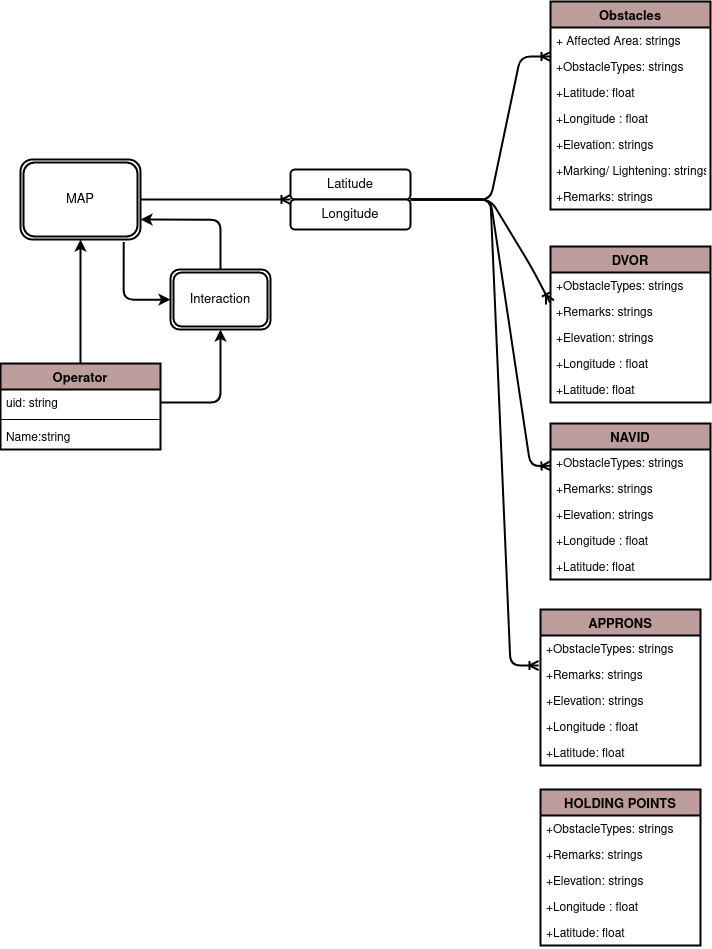
The draw.io diagram images/dia/erd.png in prashantktiwari/SIH-2020-Docx, before a commit. Source tidied: cells renumbered, new cells last; positions are measured from the earlier drawing's top-left corner, leaving out a move shared by most shapes. Source of this version:
```xml
<mxGraphModel>
  <root>
    <mxCell id="0" />
    <mxCell id="1" parent="0" />
    <mxCell id="2" value="Obstacles" style="swimlane;fontStyle=1;align=center;verticalAlign=top;horizontal=1;startSize=26;shadow=0;strokeWidth=2;fillColor=#BD9D9B;fontSize=13;" parent="1" vertex="1">
      <mxGeometry x="550" width="160" height="208" as="geometry" />
    </mxCell>
    <mxCell id="3" value="+ Affected Area: strings" style="text;strokeColor=none;fillColor=none;align=left;verticalAlign=top;spacingLeft=4;spacingRight=4;overflow=hidden;" parent="2" vertex="1">
      <mxGeometry y="26" width="160" height="26" as="geometry" />
    </mxCell>
    <mxCell id="4" value="+ObstacleTypes: strings&#10;" style="text;strokeColor=none;fillColor=none;align=left;verticalAlign=top;spacingLeft=4;spacingRight=4;overflow=hidden;points=[[0,0.5],[1,0.5]];portConstraint=eastwest;" parent="2" vertex="1">
      <mxGeometry y="52" width="160" height="26" as="geometry" />
    </mxCell>
    <mxCell id="5" value="+Latitude: float" style="text;strokeColor=none;fillColor=none;align=left;verticalAlign=top;spacingLeft=4;spacingRight=4;overflow=hidden;" parent="2" vertex="1">
      <mxGeometry y="78" width="160" height="26" as="geometry" />
    </mxCell>
    <mxCell id="6" value="+Longitude : float" style="text;strokeColor=none;fillColor=none;align=left;verticalAlign=top;spacingLeft=4;spacingRight=4;overflow=hidden;" parent="2" vertex="1">
      <mxGeometry y="104" width="160" height="26" as="geometry" />
    </mxCell>
    <mxCell id="7" value="+Elevation: strings" style="text;strokeColor=none;fillColor=none;align=left;verticalAlign=top;spacingLeft=4;spacingRight=4;overflow=hidden;" parent="2" vertex="1">
      <mxGeometry y="130" width="160" height="26" as="geometry" />
    </mxCell>
    <mxCell id="8" value="+Marking/ Lightening: strings" style="text;strokeColor=none;fillColor=none;align=left;verticalAlign=top;spacingLeft=4;spacingRight=4;overflow=hidden;" parent="2" vertex="1">
      <mxGeometry y="156" width="160" height="26" as="geometry" />
    </mxCell>
    <mxCell id="9" value="+Remarks: strings" style="text;strokeColor=none;fillColor=none;align=left;verticalAlign=top;spacingLeft=4;spacingRight=4;overflow=hidden;" parent="2" vertex="1">
      <mxGeometry y="182" width="160" height="26" as="geometry" />
    </mxCell>
    <mxCell id="10" style="edgeStyle=orthogonalEdgeStyle;rounded=1;sketch=0;jettySize=auto;html=1;shadow=0;startArrow=none;startFill=0;endArrow=classic;endFill=1;strokeWidth=2;fontSize=13;" parent="1" edge="1" source="12" target="11">
      <mxGeometry relative="1" as="geometry" />
    </mxCell>
    <mxCell id="11" value="MAP" style="shape=ext;double=1;rounded=1;whiteSpace=wrap;html=1;shadow=0;strokeWidth=2;fontSize=13;align=center;fillColor=#FFFFFF;" parent="1" vertex="1">
      <mxGeometry x="20" y="158" width="120" height="80" as="geometry" />
    </mxCell>
    <mxCell id="12" value="Operator" style="swimlane;fontStyle=1;align=center;verticalAlign=top;horizontal=1;startSize=26;shadow=0;strokeWidth=2;fillColor=#BD9D9B;fontSize=13;" parent="1" vertex="1">
      <mxGeometry y="362" width="160" height="86" as="geometry" />
    </mxCell>
    <mxCell id="13" value="uid: string" style="text;strokeColor=none;fillColor=none;align=left;verticalAlign=top;spacingLeft=4;spacingRight=4;overflow=hidden;points=[[0,0.5],[1,0.5]];portConstraint=eastwest;" parent="12" vertex="1">
      <mxGeometry y="26" width="160" height="26" as="geometry" />
    </mxCell>
    <mxCell id="14" style="line;strokeWidth=1;fillColor=none;align=left;verticalAlign=middle;spacingTop=-1;spacingLeft=3;spacingRight=3;labelPosition=right;" parent="12" vertex="1">
      <mxGeometry y="52" width="160" height="8" as="geometry" />
    </mxCell>
    <mxCell id="15" value="Name:string" style="text;strokeColor=none;fillColor=none;align=left;verticalAlign=top;spacingLeft=4;spacingRight=4;overflow=hidden;" parent="12" vertex="1">
      <mxGeometry y="60" width="160" height="26" as="geometry" />
    </mxCell>
    <mxCell id="16" value="Latitude" style="rounded=1;whiteSpace=wrap;html=1;shadow=0;strokeWidth=2;fillColor=#FFFFFF;fontSize=13;align=center;" parent="1" vertex="1">
      <mxGeometry x="290" y="168" width="120" height="30" as="geometry" />
    </mxCell>
    <mxCell id="17" value="Longitude" style="rounded=1;whiteSpace=wrap;html=1;shadow=0;strokeWidth=2;fillColor=#FFFFFF;fontSize=13;align=center;" parent="1" vertex="1">
      <mxGeometry x="290" y="198" width="120" height="30" as="geometry" />
    </mxCell>
    <mxCell id="18" style="endArrow=ERoneToMany;html=1;shadow=0;strokeWidth=2;fontSize=13;entryX=0;entryY=0;entryDx=0;entryDy=0;exitX=1;exitY=0.5;exitDx=0;exitDy=0;endFill=0;" parent="1" edge="1" source="11" target="17">
      <mxGeometry relative="1" as="geometry" />
    </mxCell>
    <mxCell id="19" style="endArrow=ERoneToMany;html=1;shadow=0;strokeWidth=2;fontSize=13;entryX=0;entryY=0.115;entryDx=0;entryDy=0;entryPerimeter=0;exitX=1;exitY=1;exitDx=0;exitDy=0;endFill=0;" parent="1" edge="1" source="16" target="4">
      <mxGeometry relative="1" as="geometry">
        <Array as="points">
          <mxPoint x="490" y="198" />
          <mxPoint x="520" y="55" />
        </Array>
      </mxGeometry>
    </mxCell>
    <mxCell id="20" style="endArrow=ERoneToMany;html=1;shadow=0;strokeWidth=2;fontSize=13;entryX=-0.003;entryY=1.154;entryDx=0;entryDy=0;entryPerimeter=0;exitX=1;exitY=0;exitDx=0;exitDy=0;endFill=0;" parent="1" edge="1" source="17">
      <mxGeometry relative="1" as="geometry">
        <mxPoint x="549.5" y="301" as="targetPoint" />
        <Array as="points">
          <mxPoint x="490" y="198" />
          <mxPoint x="530" y="264" />
        </Array>
      </mxGeometry>
    </mxCell>
    <mxCell id="21" style="endArrow=ERoneToMany;html=1;shadow=0;strokeWidth=2;fontSize=13;exitX=1;exitY=0;exitDx=0;exitDy=0;endFill=0;" parent="1" edge="1" source="17" target="30">
      <mxGeometry relative="1" as="geometry">
        <Array as="points">
          <mxPoint x="490" y="198" />
          <mxPoint x="530" y="465" />
        </Array>
      </mxGeometry>
    </mxCell>
    <mxCell id="22" style="endArrow=ERoneToMany;html=1;shadow=0;strokeWidth=2;fontSize=13;exitX=1;exitY=0;exitDx=0;exitDy=0;endFill=0;entryX=-0.012;entryY=0.154;entryDx=0;entryDy=0;entryPerimeter=0;" parent="1" edge="1" source="17" target="37">
      <mxGeometry relative="1" as="geometry">
        <Array as="points">
          <mxPoint x="490" y="198" />
          <mxPoint x="510" y="664" />
        </Array>
      </mxGeometry>
    </mxCell>
    <mxCell id="23" value="DVOR" style="swimlane;fontStyle=1;align=center;verticalAlign=top;horizontal=1;startSize=26;shadow=0;strokeWidth=2;fillColor=#BD9D9B;fontSize=13;" parent="1" vertex="1">
      <mxGeometry x="550" y="245" width="160" height="156" as="geometry" />
    </mxCell>
    <mxCell id="24" value="+ObstacleTypes: strings&#10;" style="text;strokeColor=none;fillColor=none;align=left;verticalAlign=top;spacingLeft=4;spacingRight=4;overflow=hidden;" parent="23" vertex="1">
      <mxGeometry y="26" width="160" height="26" as="geometry" />
    </mxCell>
    <mxCell id="25" value="+Remarks: strings" style="text;strokeColor=none;fillColor=none;align=left;verticalAlign=top;spacingLeft=4;spacingRight=4;overflow=hidden;" parent="23" vertex="1">
      <mxGeometry y="52" width="160" height="26" as="geometry" />
    </mxCell>
    <mxCell id="26" value="+Elevation: strings" style="text;strokeColor=none;fillColor=none;align=left;verticalAlign=top;spacingLeft=4;spacingRight=4;overflow=hidden;" parent="23" vertex="1">
      <mxGeometry y="78" width="160" height="26" as="geometry" />
    </mxCell>
    <mxCell id="27" value="+Longitude : float" style="text;strokeColor=none;fillColor=none;align=left;verticalAlign=top;spacingLeft=4;spacingRight=4;overflow=hidden;" parent="23" vertex="1">
      <mxGeometry y="104" width="160" height="26" as="geometry" />
    </mxCell>
    <mxCell id="28" value="+Latitude: float" style="text;strokeColor=none;fillColor=none;align=left;verticalAlign=top;spacingLeft=4;spacingRight=4;overflow=hidden;" parent="23" vertex="1">
      <mxGeometry y="130" width="160" height="26" as="geometry" />
    </mxCell>
    <mxCell id="29" value="NAVID" style="swimlane;fontStyle=1;align=center;verticalAlign=top;horizontal=1;startSize=26;shadow=0;strokeWidth=2;fillColor=#BD9D9B;fontSize=13;" parent="1" vertex="1">
      <mxGeometry x="550" y="422" width="160" height="156" as="geometry" />
    </mxCell>
    <mxCell id="30" value="+ObstacleTypes: strings&#10;" style="text;strokeColor=none;fillColor=none;align=left;verticalAlign=top;spacingLeft=4;spacingRight=4;overflow=hidden;points=[[0,0.5],[1,0.5]];portConstraint=eastwest;" parent="29" vertex="1">
      <mxGeometry y="26" width="160" height="26" as="geometry" />
    </mxCell>
    <mxCell id="31" value="+Remarks: strings" style="text;strokeColor=none;fillColor=none;align=left;verticalAlign=top;spacingLeft=4;spacingRight=4;overflow=hidden;" parent="29" vertex="1">
      <mxGeometry y="52" width="160" height="26" as="geometry" />
    </mxCell>
    <mxCell id="32" value="+Elevation: strings" style="text;strokeColor=none;fillColor=none;align=left;verticalAlign=top;spacingLeft=4;spacingRight=4;overflow=hidden;" parent="29" vertex="1">
      <mxGeometry y="78" width="160" height="26" as="geometry" />
    </mxCell>
    <mxCell id="33" value="+Longitude : float" style="text;strokeColor=none;fillColor=none;align=left;verticalAlign=top;spacingLeft=4;spacingRight=4;overflow=hidden;" parent="29" vertex="1">
      <mxGeometry y="104" width="160" height="26" as="geometry" />
    </mxCell>
    <mxCell id="34" value="+Latitude: float" style="text;strokeColor=none;fillColor=none;align=left;verticalAlign=top;spacingLeft=4;spacingRight=4;overflow=hidden;" parent="29" vertex="1">
      <mxGeometry y="130" width="160" height="26" as="geometry" />
    </mxCell>
    <mxCell id="35" value="APPRONS" style="swimlane;fontStyle=1;align=center;verticalAlign=top;horizontal=1;startSize=26;shadow=0;strokeWidth=2;fillColor=#BD9D9B;fontSize=13;" parent="1" vertex="1">
      <mxGeometry x="540" y="608" width="160" height="156" as="geometry" />
    </mxCell>
    <mxCell id="36" value="+ObstacleTypes: strings&#10;" style="text;strokeColor=none;fillColor=none;align=left;verticalAlign=top;spacingLeft=4;spacingRight=4;overflow=hidden;" parent="35" vertex="1">
      <mxGeometry y="26" width="160" height="26" as="geometry" />
    </mxCell>
    <mxCell id="37" value="+Remarks: strings" style="text;strokeColor=none;fillColor=none;align=left;verticalAlign=top;spacingLeft=4;spacingRight=4;overflow=hidden;points=[[0,0.5],[1,0.5]];portConstraint=eastwest;" parent="35" vertex="1">
      <mxGeometry y="52" width="160" height="26" as="geometry" />
    </mxCell>
    <mxCell id="38" value="+Elevation: strings" style="text;strokeColor=none;fillColor=none;align=left;verticalAlign=top;spacingLeft=4;spacingRight=4;overflow=hidden;" parent="35" vertex="1">
      <mxGeometry y="78" width="160" height="26" as="geometry" />
    </mxCell>
    <mxCell id="39" value="+Longitude : float" style="text;strokeColor=none;fillColor=none;align=left;verticalAlign=top;spacingLeft=4;spacingRight=4;overflow=hidden;" parent="35" vertex="1">
      <mxGeometry y="104" width="160" height="26" as="geometry" />
    </mxCell>
    <mxCell id="40" value="+Latitude: float" style="text;strokeColor=none;fillColor=none;align=left;verticalAlign=top;spacingLeft=4;spacingRight=4;overflow=hidden;" parent="35" vertex="1">
      <mxGeometry y="130" width="160" height="26" as="geometry" />
    </mxCell>
    <mxCell id="41" value="HOLDING POINTS" style="swimlane;fontStyle=1;align=center;verticalAlign=top;horizontal=1;startSize=26;shadow=0;strokeWidth=2;fillColor=#BD9D9B;fontSize=13;" parent="1" vertex="1">
      <mxGeometry x="540" y="788" width="160" height="156" as="geometry" />
    </mxCell>
    <mxCell id="42" value="+ObstacleTypes: strings&#10;" style="text;strokeColor=none;fillColor=none;align=left;verticalAlign=top;spacingLeft=4;spacingRight=4;overflow=hidden;" parent="41" vertex="1">
      <mxGeometry y="26" width="160" height="26" as="geometry" />
    </mxCell>
    <mxCell id="43" value="+Remarks: strings" style="text;strokeColor=none;fillColor=none;align=left;verticalAlign=top;spacingLeft=4;spacingRight=4;overflow=hidden;points=[[0,0.5],[1,0.5]];portConstraint=eastwest;" parent="41" vertex="1">
      <mxGeometry y="52" width="160" height="26" as="geometry" />
    </mxCell>
    <mxCell id="44" value="+Elevation: strings" style="text;strokeColor=none;fillColor=none;align=left;verticalAlign=top;spacingLeft=4;spacingRight=4;overflow=hidden;" parent="41" vertex="1">
      <mxGeometry y="78" width="160" height="26" as="geometry" />
    </mxCell>
    <mxCell id="45" value="+Longitude : float" style="text;strokeColor=none;fillColor=none;align=left;verticalAlign=top;spacingLeft=4;spacingRight=4;overflow=hidden;" parent="41" vertex="1">
      <mxGeometry y="104" width="160" height="26" as="geometry" />
    </mxCell>
    <mxCell id="46" value="+Latitude: float" style="text;strokeColor=none;fillColor=none;align=left;verticalAlign=top;spacingLeft=4;spacingRight=4;overflow=hidden;" parent="41" vertex="1">
      <mxGeometry y="130" width="160" height="26" as="geometry" />
    </mxCell>
    <mxCell id="47" value="Interaction" style="shape=ext;double=1;rounded=1;whiteSpace=wrap;html=1;shadow=0;strokeWidth=2;fontSize=13;align=center;fillColor=#FFFFFF;" parent="1" vertex="1">
      <mxGeometry x="170" y="268" width="100" height="60" as="geometry" />
    </mxCell>
    <mxCell id="48" style="edgeStyle=orthogonalEdgeStyle;rounded=1;sketch=0;jettySize=auto;html=1;shadow=0;startArrow=none;startFill=0;endArrow=classic;endFill=1;strokeWidth=2;fontSize=13;entryX=0.5;entryY=1;entryDx=0;entryDy=0;exitX=1;exitY=0.5;exitDx=0;exitDy=0;" parent="1" edge="1" source="13" target="47">
      <mxGeometry relative="1" as="geometry" />
    </mxCell>
    <mxCell id="49" style="edgeStyle=orthogonalEdgeStyle;rounded=1;sketch=0;jettySize=auto;html=1;shadow=0;startArrow=none;startFill=0;endArrow=classic;endFill=1;strokeWidth=2;fontSize=13;entryX=1;entryY=0.75;entryDx=0;entryDy=0;exitX=0.5;exitY=0;exitDx=0;exitDy=0;" parent="1" edge="1" source="47" target="11">
      <mxGeometry relative="1" as="geometry" />
    </mxCell>
    <mxCell id="50" style="edgeStyle=orthogonalEdgeStyle;rounded=1;sketch=0;jettySize=auto;html=1;shadow=0;startArrow=classic;startFill=1;endArrow=none;endFill=0;strokeWidth=2;fontSize=13;entryX=0.86;entryY=1.03;entryDx=0;entryDy=0;entryPerimeter=0;" parent="1" edge="1" source="47" target="11">
      <mxGeometry relative="1" as="geometry" />
    </mxCell>
  </root>
</mxGraphModel>
```
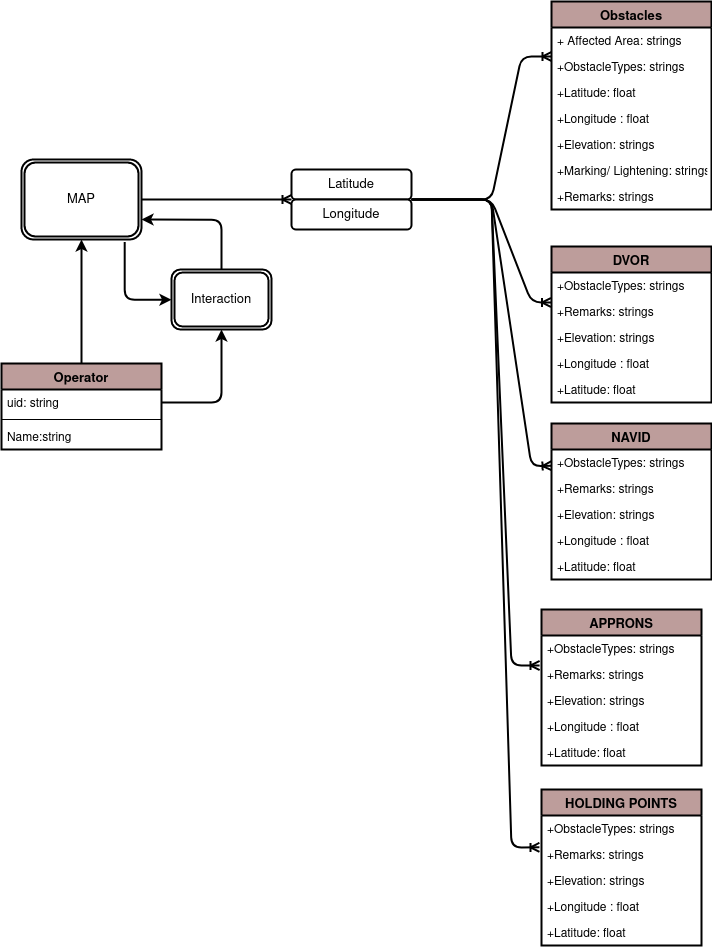
After the change.

Diff of the diagram source:
```diff
@@ -66,7 +66,7 @@
         <mxPoint x="549.5" y="301" as="targetPoint" />
         <Array as="points">
           <mxPoint x="490" y="198" />
-          <mxPoint x="530" y="264" />
+          <mxPoint x="530" y="301" />
         </Array>
       </mxGeometry>
     </mxCell>
@@ -170,5 +170,13 @@
     <mxCell id="50" style="edgeStyle=orthogonalEdgeStyle;rounded=1;sketch=0;jettySize=auto;html=1;shadow=0;startArrow=classic;startFill=1;endArrow=none;endFill=0;strokeWidth=2;fontSize=13;entryX=0.86;entryY=1.03;entryDx=0;entryDy=0;entryPerimeter=0;" parent="1" edge="1" source="47" target="11">
       <mxGeometry relative="1" as="geometry" />
     </mxCell>
+    <mxCell id="51" style="endArrow=ERoneToMany;html=1;shadow=0;strokeWidth=2;fontSize=13;exitX=1;exitY=1;exitDx=0;exitDy=0;endFill=0;entryX=-0.013;entryY=0.225;entryDx=0;entryDy=0;entryPerimeter=0;" parent="1" edge="1" source="16" target="43">
+      <mxGeometry relative="1" as="geometry">
+        <Array as="points">
+          <mxPoint x="490" y="198" />
+          <mxPoint x="510" y="846" />
+        </Array>
+      </mxGeometry>
+    </mxCell>
   </root>
 </mxGraphModel>
```
